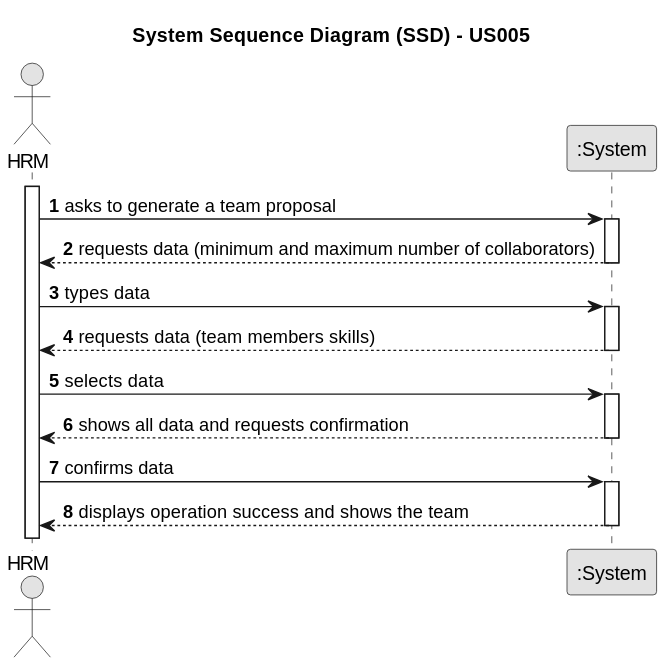
This is docs/sprintB/us005/01.requirements-engineering/svg/us005-system-sequence-diagram-alternative-one.svg from Departamento-de-Engenharia-Informatica/lei-24-s2-1do-g164, a PlantUML export, as it was before one commit. The source it was exported from:
```plantuml
@startuml
skinparam monochrome true
skinparam packageStyle rectangle
skinparam shadowing false

title System Sequence Diagram (SSD) - US005

autonumber

actor "HRM" as Employee
participant ":System" as System

activate Employee

    Employee -> System : asks to generate a team proposal
    activate System

        System --> Employee : requests data (minimum and maximum number of collaborators)
    deactivate System

    Employee -> System : types data
    activate System

        System --> Employee : requests data (team members skills)
    deactivate System

    Employee -> System : selects data
    activate System

        System --> Employee : shows all data and requests confirmation
 deactivate System

       Employee -> System : confirms data
        activate System

            System --> Employee : displays operation success and shows the team
        deactivate System
@enduml
```
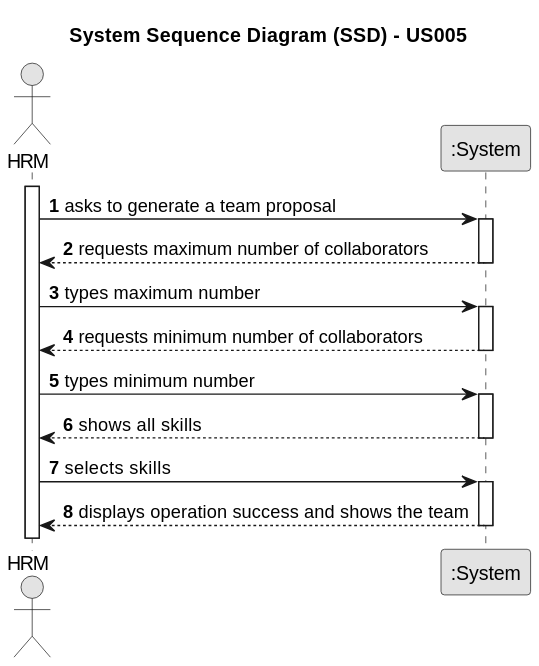
After the commit.

What changed in the source:
```diff
@@ -15,23 +15,25 @@
     Employee -> System : asks to generate a team proposal
     activate System
 
-        System --> Employee : requests data (minimum and maximum number of collaborators)
+        System --> Employee : requests maximum number of collaborators
     deactivate System
 
-    Employee -> System : types data
+    Employee -> System : types maximum number
     activate System
 
-        System --> Employee : requests data (team members skills)
+        System --> Employee : requests minimum number of collaborators
     deactivate System
 
-    Employee -> System : selects data
+    Employee -> System : types minimum number
     activate System
 
-        System --> Employee : shows all data and requests confirmation
+        System --> Employee : shows all skills
  deactivate System
 
-       Employee -> System : confirms data
-        activate System
+    Employee -> System : selects skills
+    activate System
+
+
 
             System --> Employee : displays operation success and shows the team
         deactivate System
```
